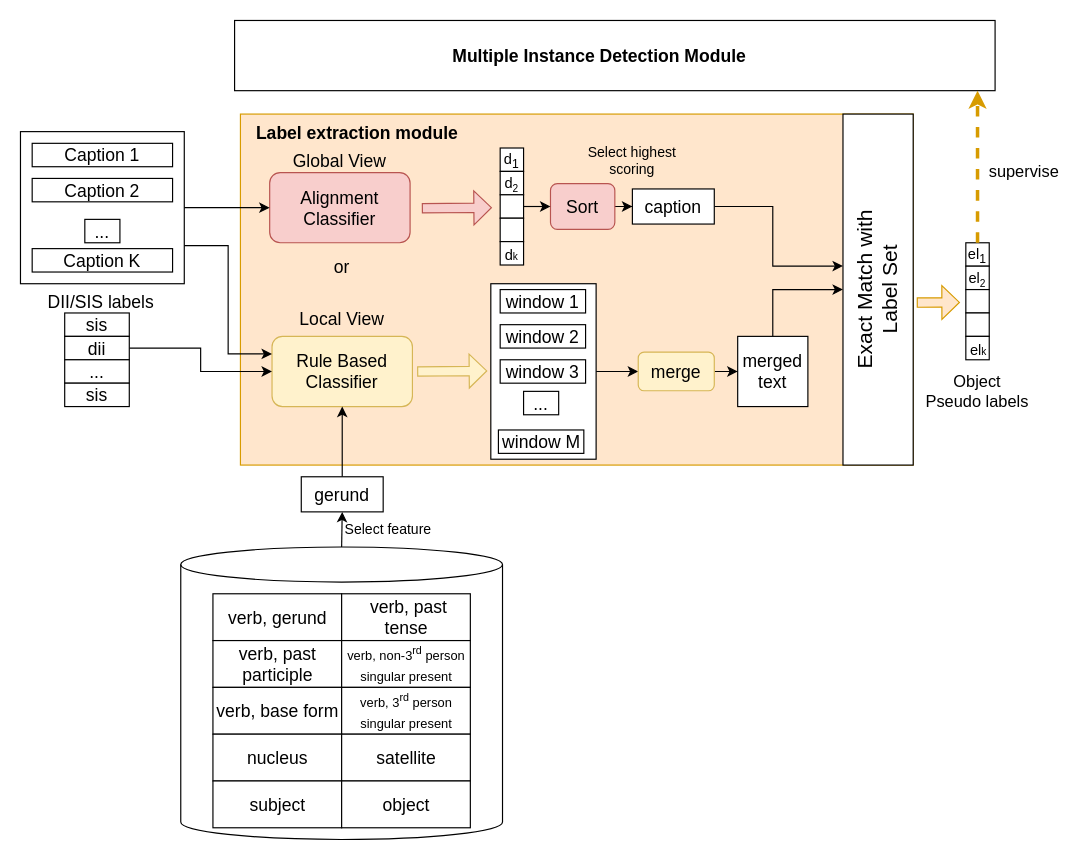
Before: wsod_model_diagram.drawio in arushirai1/personal-site, a draw.io diagram. Source tidied: cells renumbered, new cells numbered last; positions are measured from the earlier drawing's top-left corner, leaving out a move shared by most shapes. Both pictures are drawn from the tidied source at 117%, with x=0, y=0 at pixel (20, 20).
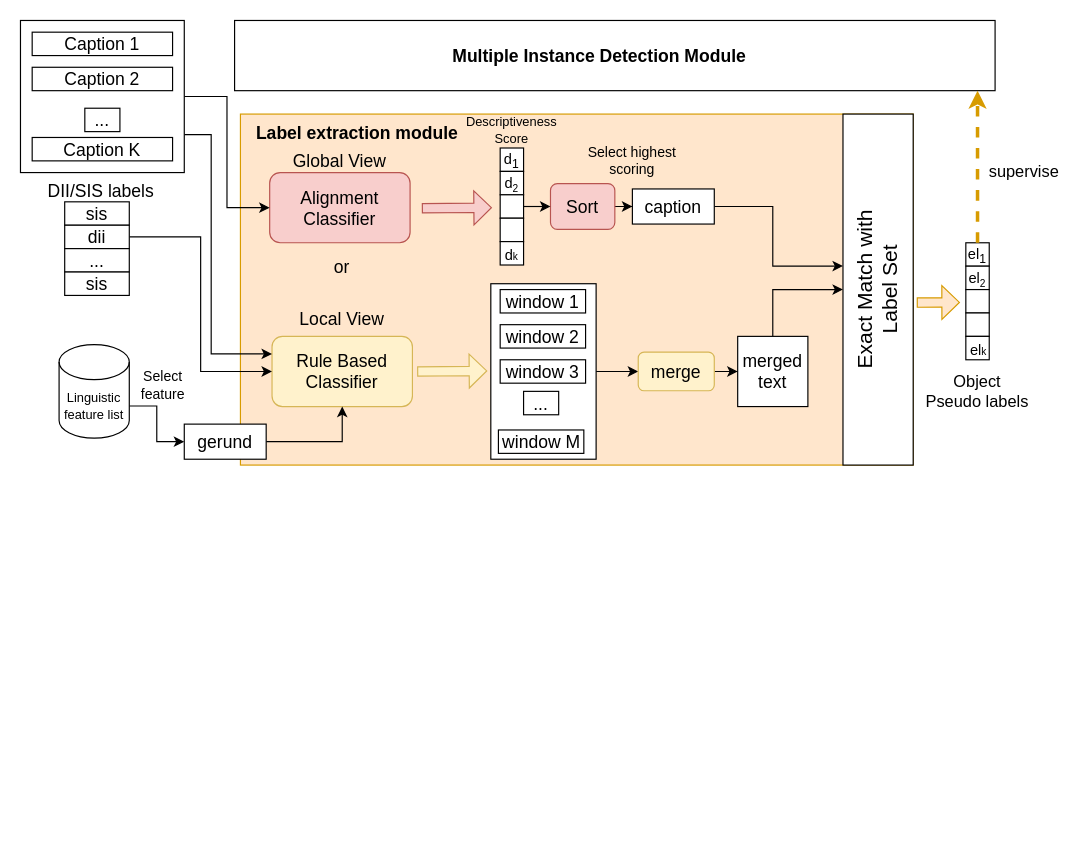
Above is the later version.

The change refers to these unchanged cells:
```xml
<mxCell id="9" value="Rule Based Classifier" style="rounded=1;whiteSpace=wrap;html=1;fontSize=15;fillColor=#fff2cc;strokeColor=#d6b656;" parent="1" vertex="1">
  <mxGeometry x="215" y="270" width="120" height="60" as="geometry" />
</mxCell>
```

The edit, as a diff of the source:
```diff
@@
-    <mxCell id="2" style="rounded=0;whiteSpace=wrap;html=1;fontSize=11;" parent="1" vertex="1">
-      <mxGeometry y="95" width="140" height="130" as="geometry" />
-    </mxCell>
@@
-    <mxCell id="5" value="Caption 1" style="rounded=0;whiteSpace=wrap;html=1;fontSize=15;" parent="1" vertex="1">
-      <mxGeometry x="10" y="105" width="120" height="20" as="geometry" />
-    </mxCell>
-    <mxCell id="6" value="Caption 2" style="rounded=0;whiteSpace=wrap;html=1;fontSize=15;" parent="1" vertex="1">
-      <mxGeometry x="10" y="135" width="120" height="20" as="geometry" />
-    </mxCell>
-    <mxCell id="7" value="Caption K" style="rounded=0;whiteSpace=wrap;html=1;fontSize=15;" parent="1" vertex="1">
-      <mxGeometry x="10" y="195" width="120" height="20" as="geometry" />
-    </mxCell>
-    <mxCell id="8" value="..." style="rounded=0;whiteSpace=wrap;html=1;fontSize=15;verticalAlign=middle;spacing=0;" parent="1" vertex="1">
-      <mxGeometry x="55" y="170" width="30" height="20" as="geometry" />
-    </mxCell>
@@
-    <mxCell id="24" style="edgeStyle=orthogonalEdgeStyle;rounded=0;jettySize=auto;html=1;fontSize=15;" parent="1" edge="1" source="25" target="9">
+    <mxCell id="24" style="edgeStyle=orthogonalEdgeStyle;rounded=0;jettySize=auto;html=1;exitX=1;exitY=0.5;exitDx=0;exitDy=0;fontSize=11;" parent="1" edge="1" source="25" target="9">
       <mxGeometry relative="1" as="geometry" />
     </mxCell>
     <mxCell id="25" value="gerund" style="rounded=0;whiteSpace=wrap;html=1;fontSize=15;" parent="1" vertex="1">
-      <mxGeometry x="240" y="390" width="70" height="30" as="geometry" />
+      <mxGeometry x="140" y="345" width="70" height="30" as="geometry" />
     </mxCell>
-    <mxCell id="26" value="sis" style="rounded=0;whiteSpace=wrap;html=1;fontSize=15;" parent="1" vertex="1">
-      <mxGeometry x="37.8" y="250" width="55.2" height="20" as="geometry" />
-    </mxCell>
@@
-    <mxCell id="28" value="dii" style="rounded=0;whiteSpace=wrap;html=1;fontSize=15;" parent="1" vertex="1">
-      <mxGeometry x="37.8" y="270" width="55.2" height="20" as="geometry" />
-    </mxCell>
-    <mxCell id="29" value="..." style="rounded=0;whiteSpace=wrap;html=1;fontSize=15;" parent="1" vertex="1">
-      <mxGeometry x="37.8" y="290" width="55.2" height="20" as="geometry" />
-    </mxCell>
-    <mxCell id="30" value="sis" style="rounded=0;whiteSpace=wrap;html=1;fontSize=15;" parent="1" vertex="1">
-      <mxGeometry x="37.8" y="310" width="55.2" height="20" as="geometry" />
-    </mxCell>
-    <mxCell id="31" value="DII/SIS labels" style="text;html=1;strokeColor=none;fillColor=none;align=center;verticalAlign=middle;whiteSpace=wrap;rounded=0;fontSize=15;" parent="1" vertex="1">
-      <mxGeometry x="10" y="225" width="117.6" height="30" as="geometry" />
-    </mxCell>
@@
-    <mxCell id="38" style="edgeStyle=orthogonalEdgeStyle;rounded=0;jettySize=auto;html=1;exitX=0.5;exitY=0;exitDx=0;exitDy=0;exitPerimeter=0;entryX=0.5;entryY=1;entryDx=0;entryDy=0;fontSize=11;" parent="1" edge="1" source="39" target="25">
-      <mxGeometry relative="1" as="geometry" />
-    </mxCell>
-    <mxCell id="39" style="shape=cylinder3;whiteSpace=wrap;html=1;boundedLbl=1;backgroundOutline=1;size=15;fontSize=15;" parent="1" vertex="1">
-      <mxGeometry x="137" y="450" width="275" height="250" as="geometry" />
-    </mxCell>
-    <mxCell id="40" value="verb, gerund" style="rounded=0;whiteSpace=wrap;html=1;fontSize=15;" parent="1" vertex="1">
-      <mxGeometry x="164.5" y="490" width="110" height="40" as="geometry" />
-    </mxCell>
-    <mxCell id="41" value="verb, past participle" style="rounded=0;whiteSpace=wrap;html=1;fontSize=15;" parent="1" vertex="1">
-      <mxGeometry x="164.5" y="530" width="110" height="40" as="geometry" />
-    </mxCell>
-    <mxCell id="42" value="verb, base form" style="rounded=0;whiteSpace=wrap;html=1;fontSize=15;" parent="1" vertex="1">
-      <mxGeometry x="164.5" y="570" width="110" height="40" as="geometry" />
-    </mxCell>
     <mxCell id="43" value="Select feature" style="text;html=1;strokeColor=none;fillColor=none;align=center;verticalAlign=middle;whiteSpace=wrap;rounded=0;fontSize=12;" parent="1" vertex="1">
-      <mxGeometry x="263" y="420" width="103" height="30" as="geometry" />
+      <mxGeometry x="93" y="297" width="58" height="30" as="geometry" />
     </mxCell>
-    <mxCell id="44" value="&amp;nbsp;verb, past tense" style="rounded=0;whiteSpace=wrap;html=1;fontSize=15;" parent="1" vertex="1">
-      <mxGeometry x="274.5" y="490" width="110" height="40" as="geometry" />
-    </mxCell>
-    <mxCell id="45" value="&lt;font style=&quot;font-size: 11px&quot;&gt;verb, non-3&lt;sup&gt;rd&lt;/sup&gt; person singular present&lt;/font&gt;" style="rounded=0;whiteSpace=wrap;html=1;fontSize=15;" parent="1" vertex="1">
-      <mxGeometry x="274.5" y="530" width="110" height="40" as="geometry" />
-    </mxCell>
-    <mxCell id="46" value="&lt;span style=&quot;font-size: 11px&quot;&gt;verb, 3&lt;sup&gt;rd&lt;/sup&gt; person singular present&lt;/span&gt;" style="rounded=0;whiteSpace=wrap;html=1;fontSize=15;" parent="1" vertex="1">
-      <mxGeometry x="274.5" y="570" width="110" height="40" as="geometry" />
-    </mxCell>
-    <mxCell id="47" value="nucleus" style="rounded=0;whiteSpace=wrap;html=1;fontSize=15;" parent="1" vertex="1">
-      <mxGeometry x="164.5" y="610" width="110" height="40" as="geometry" />
-    </mxCell>
-    <mxCell id="48" value="satellite" style="rounded=0;whiteSpace=wrap;html=1;fontSize=15;" parent="1" vertex="1">
-      <mxGeometry x="274.5" y="610" width="110" height="40" as="geometry" />
-    </mxCell>
-    <mxCell id="49" value="subject" style="rounded=0;whiteSpace=wrap;html=1;fontSize=15;" parent="1" vertex="1">
-      <mxGeometry x="164.5" y="650" width="110" height="40" as="geometry" />
-    </mxCell>
-    <mxCell id="50" value="object" style="rounded=0;whiteSpace=wrap;html=1;fontSize=15;" parent="1" vertex="1">
-      <mxGeometry x="274.5" y="650" width="110" height="40" as="geometry" />
-    </mxCell>
@@
     <mxCell id="54" style="edgeStyle=orthogonalEdgeStyle;rounded=0;jettySize=auto;html=1;exitX=1;exitY=0.75;exitDx=0;exitDy=0;entryX=0;entryY=0.25;entryDx=0;entryDy=0;fontSize=11;" parent="1" edge="1" source="2" target="9">
-      <mxGeometry relative="1" as="geometry" />
+      <mxGeometry relative="1" as="geometry">
+        <Array as="points">
+          <mxPoint x="163" y="98" />
+          <mxPoint x="163" y="285" />
+        </Array>
+      </mxGeometry>
     </mxCell>
@@
+    <mxCell id="82" style="group;" parent="1" vertex="1">
+      <mxGeometry width="140" height="130" as="geometry" />
+    </mxCell>
+    <mxCell id="2" style="rounded=0;whiteSpace=wrap;html=1;fontSize=11;" parent="82" vertex="1">
+      <mxGeometry width="140" height="130" as="geometry" />
+    </mxCell>
+    <mxCell id="5" value="Caption 1" style="rounded=0;whiteSpace=wrap;html=1;fontSize=15;" parent="82" vertex="1">
+      <mxGeometry x="10" y="10" width="120" height="20" as="geometry" />
+    </mxCell>
+    <mxCell id="6" value="Caption 2" style="rounded=0;whiteSpace=wrap;html=1;fontSize=15;" parent="82" vertex="1">
+      <mxGeometry x="10" y="40" width="120" height="20" as="geometry" />
+    </mxCell>
+    <mxCell id="7" value="Caption K" style="rounded=0;whiteSpace=wrap;html=1;fontSize=15;" parent="82" vertex="1">
+      <mxGeometry x="10" y="100" width="120" height="20" as="geometry" />
+    </mxCell>
+    <mxCell id="8" value="..." style="rounded=0;whiteSpace=wrap;html=1;fontSize=15;verticalAlign=middle;spacing=0;" parent="82" vertex="1">
+      <mxGeometry x="55" y="75" width="30" height="20" as="geometry" />
+    </mxCell>
+    <mxCell id="83" style="group;" parent="1" vertex="1">
+      <mxGeometry x="10" y="130" width="117.6" height="105" as="geometry" />
+    </mxCell>
+    <mxCell id="31" value="DII/SIS labels" style="text;html=1;strokeColor=none;fillColor=none;align=center;verticalAlign=middle;whiteSpace=wrap;rounded=0;fontSize=15;" parent="83" vertex="1">
+      <mxGeometry width="117.6" height="30" as="geometry" />
+    </mxCell>
+    <mxCell id="84" style="group;" parent="83" vertex="1">
+      <mxGeometry x="27.8" y="25" width="55.2" height="80" as="geometry" />
+    </mxCell>
+    <mxCell id="26" value="sis" style="rounded=0;whiteSpace=wrap;html=1;fontSize=15;" parent="84" vertex="1">
+      <mxGeometry width="55.2" height="20" as="geometry" />
+    </mxCell>
+    <mxCell id="28" value="dii" style="rounded=0;whiteSpace=wrap;html=1;fontSize=15;" parent="84" vertex="1">
+      <mxGeometry y="20" width="55.2" height="20" as="geometry" />
+    </mxCell>
+    <mxCell id="29" value="..." style="rounded=0;whiteSpace=wrap;html=1;fontSize=15;" parent="84" vertex="1">
+      <mxGeometry y="40" width="55.2" height="20" as="geometry" />
+    </mxCell>
+    <mxCell id="30" value="sis" style="rounded=0;whiteSpace=wrap;html=1;fontSize=15;" parent="84" vertex="1">
+      <mxGeometry y="60" width="55.2" height="20" as="geometry" />
+    </mxCell>
+    <mxCell id="85" style="edgeStyle=orthogonalEdgeStyle;rounded=0;jettySize=auto;html=1;exitX=1;exitY=0;exitDx=0;exitDy=52.5;exitPerimeter=0;entryX=0;entryY=0.5;entryDx=0;entryDy=0;fontSize=11;" parent="1" edge="1" source="86" target="25">
+      <mxGeometry relative="1" as="geometry" />
+    </mxCell>
+    <mxCell id="86" value="Linguistic feature list" style="shape=cylinder3;whiteSpace=wrap;html=1;boundedLbl=1;backgroundOutline=1;size=15;fontSize=11;" parent="1" vertex="1">
+      <mxGeometry x="33" y="277" width="60" height="80" as="geometry" />
+    </mxCell>
+    <mxCell id="87" value="Descriptiveness Score" style="text;html=1;strokeColor=none;fillColor=none;align=center;verticalAlign=middle;whiteSpace=wrap;rounded=0;fontSize=11;" parent="1" vertex="1">
+      <mxGeometry x="395" y="79" width="50" height="30" as="geometry" />
+    </mxCell>
```
